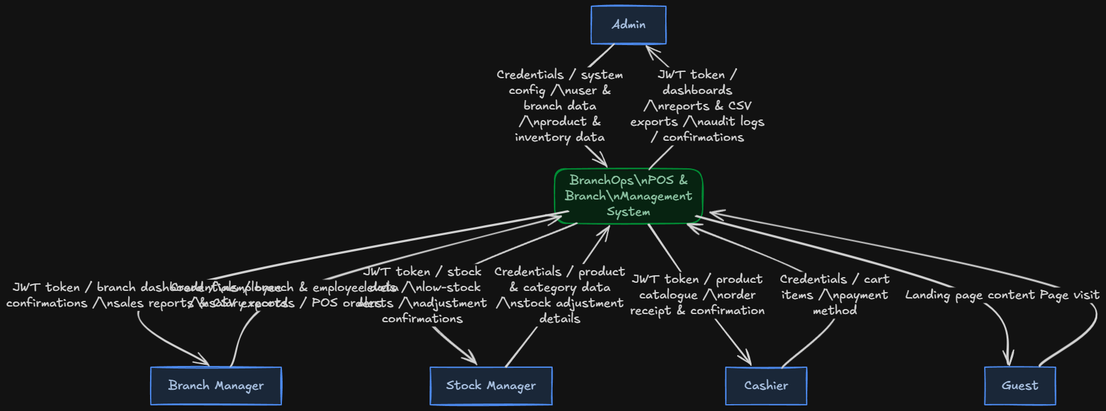
This is diagrams/imgs/context-diagram.png from 0xKa/BranchOps, a Mermaid export, as it was before one commit. Its source is kept beside it as diagrams/context-diagram.mmd.
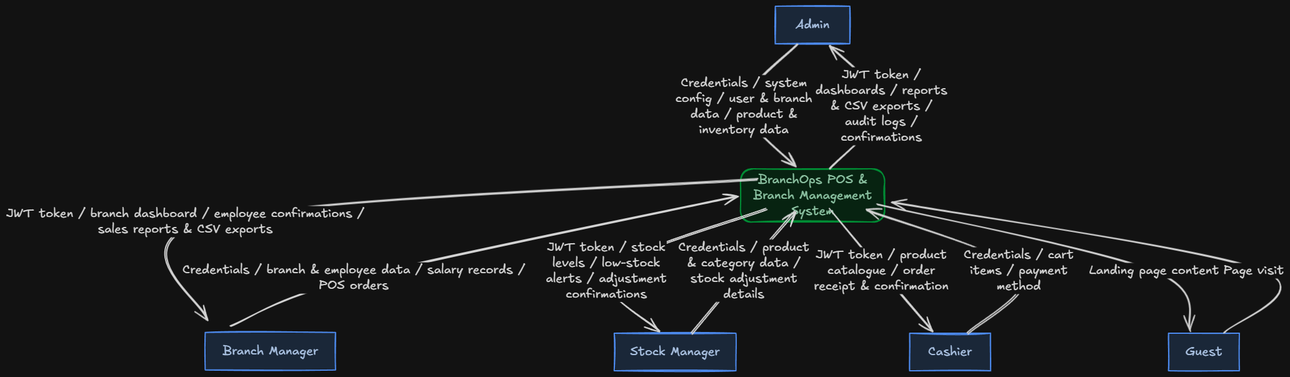
After the change.

Commit message:
add lvl1 dfd diagram and diagrams overview file

Change to the diagram source:
```diff
@@ -5,19 +5,19 @@
     CA["Cashier"]
     GU["Guest"]
 
-    SYS(["BranchOps\nPOS & Branch\nManagement System"])
+    SYS(["BranchOps POS & Branch Management System"])
 
-    Admin -->|"Credentials / system config /\nuser & branch data /\nproduct & inventory data"| SYS
-    SYS   -->|"JWT token / dashboards /\nreports & CSV exports /\naudit logs / confirmations"| Admin
+    Admin -->|"Credentials / system config / user & branch data / product & inventory data"| SYS
+    SYS   -->|"JWT token / dashboards / reports & CSV exports / audit logs / confirmations"| Admin
 
-    BM  -->|"Credentials / branch & employee data /\nsalary records / POS orders"| SYS
-    SYS -->|"JWT token / branch dashboard /\nemployee confirmations /\nsales reports & CSV exports"| BM
+    BM  -->|"Credentials / branch & employee data / salary records / POS orders"| SYS
+    SYS -->|"JWT token / branch dashboard / employee confirmations / sales reports & CSV exports"| BM
 
-    SM  -->|"Credentials / product & category data /\nstock adjustment details"| SYS
-    SYS -->|"JWT token / stock levels /\nlow-stock alerts /\nadjustment confirmations"| SM
+    SM  -->|"Credentials / product & category data / stock adjustment details"| SYS
+    SYS -->|"JWT token / stock levels / low-stock alerts / adjustment confirmations"| SM
 
-    CA  -->|"Credentials / cart items /\npayment method"| SYS
-    SYS -->|"JWT token / product catalogue /\norder receipt & confirmation"| CA
+    CA  -->|"Credentials / cart items / payment method"| SYS
+    SYS -->|"JWT token / product catalogue / order receipt & confirmation"| CA
 
     GU  -->|"Page visit"| SYS
     SYS -->|"Landing page content"| GU
```
